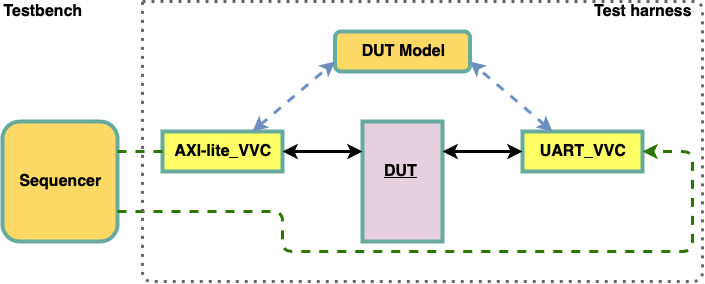
This is uvvm_vvc_framework/doc/internal_direct_transaction_transfer_example_B.png from UVVM/UVVM, a draw.io export, as it was before one commit. Source tidied: cells renumbered, new cells last; positions are measured from the earlier drawing's top-left corner, leaving out a move shared by most shapes. Its diagram source:
```xml
<mxGraphModel>
  <root>
    <mxCell id="0" />
    <mxCell id="1" parent="0" />
    <mxCell id="2" value="&lt;b&gt;&lt;font style=&quot;font-size: 16px&quot;&gt;Sequencer&lt;/font&gt;&lt;/b&gt;" style="rounded=1;whiteSpace=wrap;html=1;fillColor=#FFD966;strokeColor=#67AB9F;strokeWidth=4;" parent="1" vertex="1">
      <mxGeometry y="120" width="115" height="120" as="geometry" />
    </mxCell>
    <mxCell id="3" value="&lt;b&gt;&lt;font style=&quot;font-size: 16px&quot;&gt;AXI-lite_VVC&lt;/font&gt;&lt;/b&gt;" style="rounded=0;whiteSpace=wrap;html=1;strokeColor=#67AB9F;strokeWidth=4;fillColor=#FFFF66;" parent="1" vertex="1">
      <mxGeometry x="160" y="130" width="120" height="40" as="geometry" />
    </mxCell>
    <mxCell id="4" value="&lt;b&gt;&lt;font style=&quot;font-size: 16px&quot;&gt;DUT Model&lt;/font&gt;&lt;/b&gt;" style="rounded=1;whiteSpace=wrap;html=1;strokeColor=#67AB9F;strokeWidth=4;fillColor=#FFD966;" parent="1" vertex="1">
      <mxGeometry x="332.5" y="30" width="135" height="40" as="geometry" />
    </mxCell>
    <mxCell id="5" value="&lt;b&gt;&lt;font style=&quot;font-size: 16px&quot;&gt;UART_VVC&lt;/font&gt;&lt;/b&gt;" style="rounded=0;whiteSpace=wrap;html=1;strokeColor=#67AB9F;strokeWidth=4;fillColor=#FFFF66;" parent="1" vertex="1">
      <mxGeometry x="520" y="130" width="120" height="40" as="geometry" />
    </mxCell>
    <mxCell id="6" style="rounded=0;whiteSpace=wrap;html=1;strokeColor=#67AB9F;strokeWidth=4;fillColor=#E6D0DE;" parent="1" vertex="1">
      <mxGeometry x="360" y="120" width="80" height="120" as="geometry" />
    </mxCell>
    <mxCell id="7" style="endArrow=classic;startArrow=classic;html=1;strokeWidth=3;entryX=0;entryY=0.25;entryDx=0;entryDy=0;exitX=1;exitY=0.5;exitDx=0;exitDy=0;" parent="1" edge="1" source="3" target="6">
      <mxGeometry relative="1" as="geometry" />
    </mxCell>
    <mxCell id="8" style="endArrow=classic;startArrow=classic;html=1;strokeWidth=3;entryX=0;entryY=0.5;entryDx=0;entryDy=0;exitX=1;exitY=0.25;exitDx=0;exitDy=0;" parent="1" edge="1" source="6" target="5">
      <mxGeometry relative="1" as="geometry" />
    </mxCell>
    <mxCell id="9" style="endArrow=classic;html=1;dashed=1;strokeWidth=3;fillColor=#60a917;strokeColor=#2D7600;entryX=1;entryY=0.5;entryDx=0;entryDy=0;exitX=1;exitY=0.75;exitDx=0;exitDy=0;" parent="1" edge="1" source="2" target="5">
      <mxGeometry relative="1" as="geometry">
        <Array as="points">
          <mxPoint x="280" y="210" />
          <mxPoint x="280" y="250" />
          <mxPoint x="690" y="250" />
          <mxPoint x="690" y="150" />
        </Array>
      </mxGeometry>
    </mxCell>
    <mxCell id="10" value="&lt;font size=&quot;1&quot;&gt;&lt;b&gt;&lt;u style=&quot;font-size: 16px&quot;&gt;DUT&lt;/u&gt;&lt;/b&gt;&lt;/font&gt;" style="text;html=1;strokeColor=none;fillColor=none;align=center;verticalAlign=middle;whiteSpace=wrap;rounded=0;" parent="1" vertex="1">
      <mxGeometry x="375" y="160" width="45" height="20" as="geometry" />
    </mxCell>
    <mxCell id="11" style="endArrow=none;dashed=1;html=1;strokeWidth=3;gradientColor=#b3b3b3;fillColor=#f5f5f5;strokeColor=#666666;dashPattern=1 2;" parent="1" edge="1">
      <mxGeometry relative="1" as="geometry">
        <mxPoint x="140" as="sourcePoint" />
        <mxPoint x="140" as="targetPoint" />
        <Array as="points">
          <mxPoint x="420" />
          <mxPoint x="700" />
          <mxPoint x="700" y="280" />
          <mxPoint x="140" y="280" />
        </Array>
      </mxGeometry>
    </mxCell>
    <mxCell id="12" value="&lt;font size=&quot;1&quot;&gt;&lt;b style=&quot;font-size: 16px&quot;&gt;Test harness&lt;/b&gt;&lt;/font&gt;" style="text;html=1;strokeColor=none;fillColor=none;align=center;verticalAlign=middle;whiteSpace=wrap;rounded=0;" parent="1" vertex="1">
      <mxGeometry x="590" width="100" height="20" as="geometry" />
    </mxCell>
    <mxCell id="13" style="endArrow=classic;startArrow=classic;html=1;dashed=1;strokeWidth=3;gradientColor=#7ea6e0;fillColor=#dae8fc;strokeColor=#6c8ebf;entryX=0;entryY=0.75;entryDx=0;entryDy=0;exitX=0.75;exitY=0;exitDx=0;exitDy=0;" parent="1" edge="1" source="3" target="4">
      <mxGeometry relative="1" as="geometry" />
    </mxCell>
    <mxCell id="14" style="endArrow=classic;startArrow=classic;html=1;dashed=1;strokeWidth=3;gradientColor=#7ea6e0;fillColor=#dae8fc;strokeColor=#6c8ebf;entryX=1;entryY=0.75;entryDx=0;entryDy=0;exitX=0.25;exitY=0;exitDx=0;exitDy=0;" parent="1" edge="1" source="5" target="4">
      <mxGeometry relative="1" as="geometry" />
    </mxCell>
    <mxCell id="15" value="&lt;font size=&quot;1&quot;&gt;&lt;b style=&quot;font-size: 16px&quot;&gt;Testbench&lt;/b&gt;&lt;/font&gt;" style="text;html=1;strokeColor=none;fillColor=none;align=center;verticalAlign=middle;whiteSpace=wrap;rounded=0;" parent="1" vertex="1">
      <mxGeometry width="80" height="20" as="geometry" />
    </mxCell>
    <mxCell id="16" style="endArrow=none;dashed=1;html=1;entryX=1;entryY=0.25;entryDx=0;entryDy=0;exitX=0;exitY=0.5;exitDx=0;exitDy=0;fillColor=#d5e8d4;strokeColor=#2D7600;strokeWidth=3;" parent="1" edge="1" source="3" target="2">
      <mxGeometry relative="1" as="geometry" />
    </mxCell>
  </root>
</mxGraphModel>
```
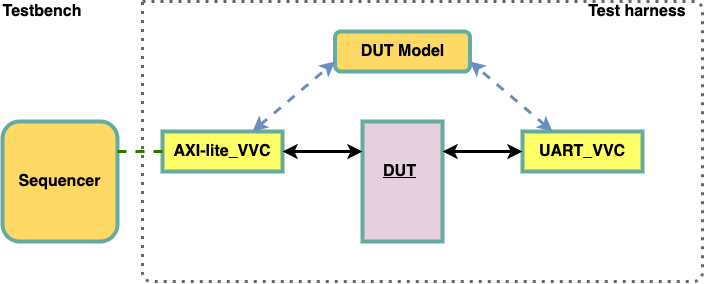
After the change.

Commit message:
Release: updated DTT figures with no Seq to UART connection in approach B and C in EssMech

What changed in the source:
```diff
@@ -23,16 +23,6 @@
     <mxCell id="8" style="endArrow=classic;startArrow=classic;html=1;strokeWidth=3;entryX=0;entryY=0.5;entryDx=0;entryDy=0;exitX=1;exitY=0.25;exitDx=0;exitDy=0;" parent="1" edge="1" source="6" target="5">
       <mxGeometry relative="1" as="geometry" />
     </mxCell>
-    <mxCell id="9" style="endArrow=classic;html=1;dashed=1;strokeWidth=3;fillColor=#60a917;strokeColor=#2D7600;entryX=1;entryY=0.5;entryDx=0;entryDy=0;exitX=1;exitY=0.75;exitDx=0;exitDy=0;" parent="1" edge="1" source="2" target="5">
-      <mxGeometry relative="1" as="geometry">
-        <Array as="points">
-          <mxPoint x="280" y="210" />
-          <mxPoint x="280" y="250" />
-          <mxPoint x="690" y="250" />
-          <mxPoint x="690" y="150" />
-        </Array>
-      </mxGeometry>
-    </mxCell>
     <mxCell id="10" value="&lt;font size=&quot;1&quot;&gt;&lt;b&gt;&lt;u style=&quot;font-size: 16px&quot;&gt;DUT&lt;/u&gt;&lt;/b&gt;&lt;/font&gt;" style="text;html=1;strokeColor=none;fillColor=none;align=center;verticalAlign=middle;whiteSpace=wrap;rounded=0;" parent="1" vertex="1">
       <mxGeometry x="375" y="160" width="45" height="20" as="geometry" />
     </mxCell>
@@ -49,7 +39,7 @@
       </mxGeometry>
     </mxCell>
     <mxCell id="12" value="&lt;font size=&quot;1&quot;&gt;&lt;b style=&quot;font-size: 16px&quot;&gt;Test harness&lt;/b&gt;&lt;/font&gt;" style="text;html=1;strokeColor=none;fillColor=none;align=center;verticalAlign=middle;whiteSpace=wrap;rounded=0;" parent="1" vertex="1">
-      <mxGeometry x="590" width="100" height="20" as="geometry" />
+      <mxGeometry x="580" width="110" height="20" as="geometry" />
     </mxCell>
     <mxCell id="13" style="endArrow=classic;startArrow=classic;html=1;dashed=1;strokeWidth=3;gradientColor=#7ea6e0;fillColor=#dae8fc;strokeColor=#6c8ebf;entryX=0;entryY=0.75;entryDx=0;entryDy=0;exitX=0.75;exitY=0;exitDx=0;exitDy=0;" parent="1" edge="1" source="3" target="4">
       <mxGeometry relative="1" as="geometry" />
```
